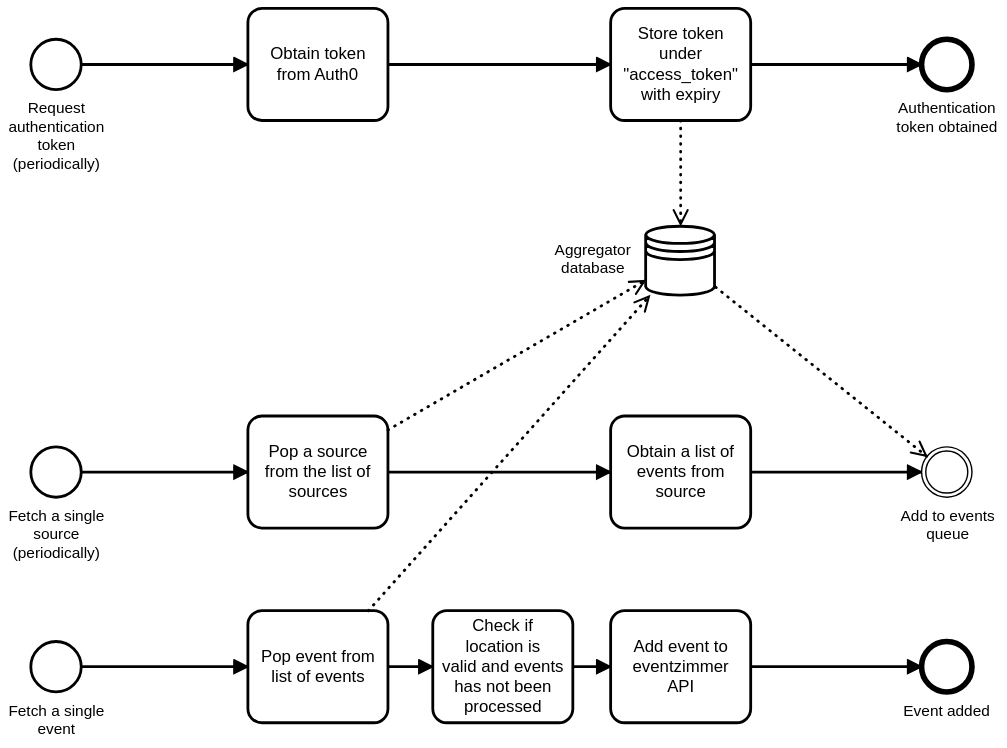
eventzimmer/aggregator keeps this BPMN diagram as docs/aggregator.svg. Above is the earlier version. Its source is kept beside it as docs/aggregator.bpmn. Ids are renumbered.
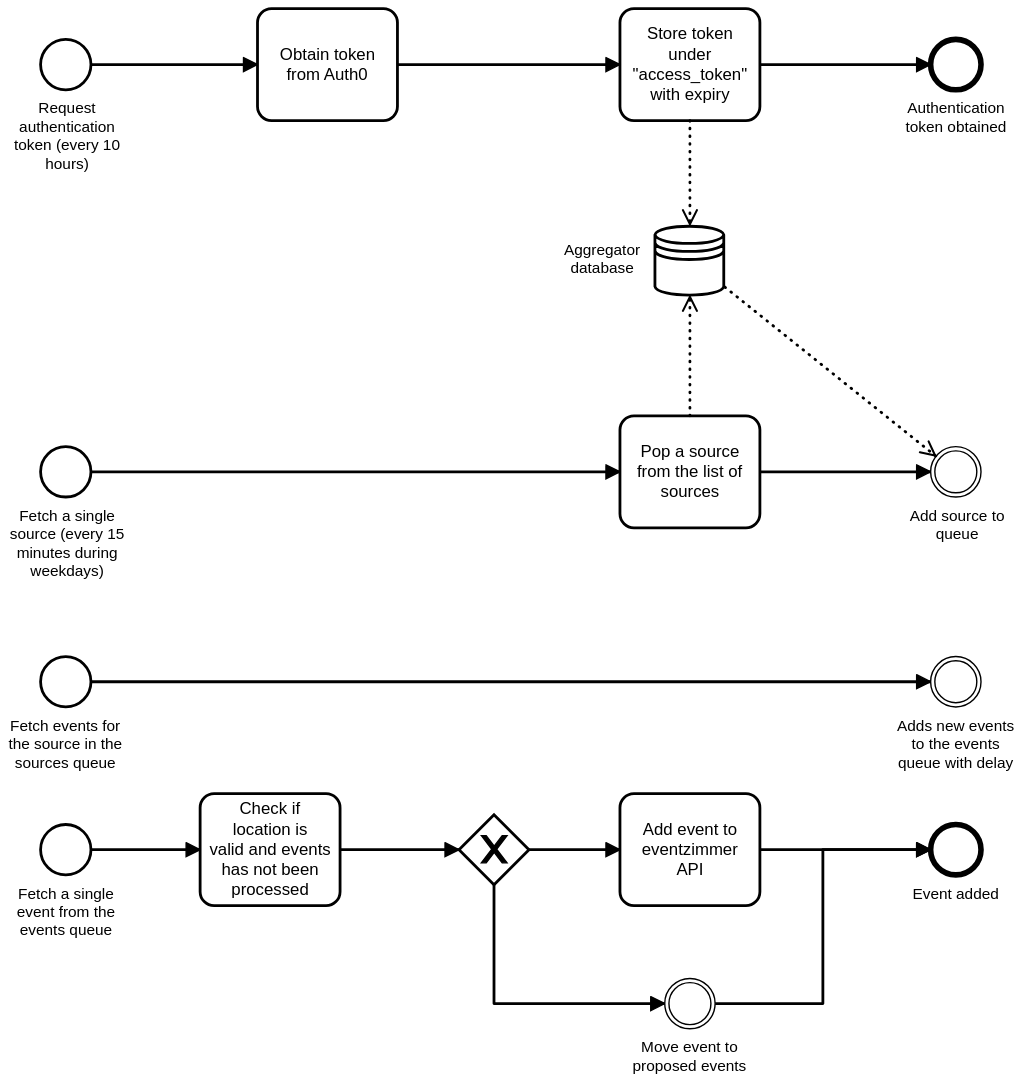
The same file after the commit.

Commit message:
Document proposed events flow (with queues). Closes #18.

The edit, as a diff of the source:
```diff
@@ -1,6 +1,6 @@
-<bpmn:definitions xmlns:xsi="http://www.w3.org/2001/XMLSchema-instance" xmlns:bpmn="http://www.omg.org/spec/BPMN/20100524/MODEL" xmlns:bpmndi="http://www.omg.org/spec/BPMN/20100524/DI" xmlns:dc="http://www.omg.org/spec/DD/20100524/DC" xmlns:di="http://www.omg.org/spec/DD/20100524/DI" id="Definitions_n1" targetNamespace="http://bpmn.io/schema/bpmn" exporter="bpmn-js (https://demo.bpmn.io)" exporterVersion="3.4.0">
+<bpmn:definitions xmlns:xsi="http://www.w3.org/2001/XMLSchema-instance" xmlns:bpmn="http://www.omg.org/spec/BPMN/20100524/MODEL" xmlns:bpmndi="http://www.omg.org/spec/BPMN/20100524/DI" xmlns:dc="http://www.omg.org/spec/DD/20100524/DC" xmlns:di="http://www.omg.org/spec/DD/20100524/DI" id="Definitions_n1" targetNamespace="http://bpmn.io/schema/bpmn" exporter="bpmn-js (https://demo.bpmn.io)" exporterVersion="5.0.4">
   <bpmn:process id="Process_n2" isExecutable="false">
-    <bpmn:startEvent id="StartEvent_n3" name="Request authentication token (periodically)">
+    <bpmn:startEvent id="StartEvent_n3" name="Request authentication token (every 10 hours)">
       <bpmn:outgoing>SequenceFlow_n4</bpmn:outgoing>
     </bpmn:startEvent>
     <bpmn:endEvent id="EndEvent_n5" name="Authentication token obtained">
@@ -21,14 +21,15 @@
     </bpmn:task>
     <bpmn:sequenceFlow id="SequenceFlow_n6" sourceRef="Task_n9" targetRef="EndEvent_n5" />
     <bpmn:dataStoreReference id="DataStoreReference_n11" name="Aggregator database" />
-    <bpmn:startEvent id="StartEvent_n12" name="Fetch a single source (periodically)">
+    <bpmn:startEvent id="StartEvent_n12" name="Fetch a single source (every 15 minutes during weekdays)">
       <bpmn:outgoing>SequenceFlow_n13</bpmn:outgoing>
     </bpmn:startEvent>
     <bpmn:endEvent id="EndEvent_n14" name="Event added">
       <bpmn:incoming>SequenceFlow_n15</bpmn:incoming>
+      <bpmn:incoming>SequenceFlow_n32</bpmn:incoming>
     </bpmn:endEvent>
-    <bpmn:intermediateThrowEvent id="IntermediateThrowEvent_n16" name="Add to events queue">
-      <bpmn:incoming>SequenceFlow_n17</bpmn:incoming>
+    <bpmn:intermediateThrowEvent id="IntermediateThrowEvent_n16" name="Add source to queue">
+      <bpmn:incoming>SequenceFlow_n21</bpmn:incoming>
       <bpmn:property id="Property_n18" name="__targetRef_placeholder" />
       <bpmn:dataInputAssociation id="DataInputAssociation_n19">
         <bpmn:sourceRef>DataStoreReference_n11</bpmn:sourceRef>
@@ -43,41 +44,47 @@
         <bpmn:targetRef>DataStoreReference_n11</bpmn:targetRef>
       </bpmn:dataOutputAssociation>
     </bpmn:task>
-    <bpmn:task id="Task_n23" name="Obtain a list of events from source">
-      <bpmn:incoming>SequenceFlow_n21</bpmn:incoming>
-      <bpmn:outgoing>SequenceFlow_n17</bpmn:outgoing>
-    </bpmn:task>
-    <bpmn:sequenceFlow id="SequenceFlow_n17" sourceRef="Task_n23" targetRef="IntermediateThrowEvent_n16" />
-    <bpmn:sequenceFlow id="SequenceFlow_n21" sourceRef="Task_n20" targetRef="Task_n23" />
+    <bpmn:sequenceFlow id="SequenceFlow_n21" sourceRef="Task_n20" targetRef="IntermediateThrowEvent_n16" />
     <bpmn:task id="Task_n24" name="Check if location is valid and events has not been processed">
-      <bpmn:incoming>SequenceFlow_n25</bpmn:incoming>
+      <bpmn:incoming>SequenceFlow_n33</bpmn:incoming>
       <bpmn:outgoing>SequenceFlow_n26</bpmn:outgoing>
     </bpmn:task>
-    <bpmn:sequenceFlow id="SequenceFlow_n26" sourceRef="Task_n24" targetRef="Task_n27" />
+    <bpmn:sequenceFlow id="SequenceFlow_n26" sourceRef="Task_n24" targetRef="ExclusiveGateway_n34" />
     <bpmn:task id="Task_n27" name="Add event to eventzimmer API">
-      <bpmn:incoming>SequenceFlow_n26</bpmn:incoming>
+      <bpmn:incoming>SequenceFlow_n35</bpmn:incoming>
       <bpmn:outgoing>SequenceFlow_n15</bpmn:outgoing>
     </bpmn:task>
     <bpmn:sequenceFlow id="SequenceFlow_n15" sourceRef="Task_n27" targetRef="EndEvent_n14" />
-    <bpmn:startEvent id="StartEvent_n28" name="Fetch a single event">
-      <bpmn:outgoing>SequenceFlow_n29</bpmn:outgoing>
+    <bpmn:startEvent id="StartEvent_n28" name="Fetch a single event from the events queue">
+      <bpmn:outgoing>SequenceFlow_n33</bpmn:outgoing>
     </bpmn:startEvent>
-    <bpmn:sequenceFlow id="SequenceFlow_n29" sourceRef="StartEvent_n28" targetRef="Task_n30" />
-    <bpmn:task id="Task_n30" name="Pop event from list of events">
-      <bpmn:incoming>SequenceFlow_n29</bpmn:incoming>
-      <bpmn:outgoing>SequenceFlow_n25</bpmn:outgoing>
-      <bpmn:dataOutputAssociation id="DataOutputAssociation_n31">
-        <bpmn:targetRef>DataStoreReference_n11</bpmn:targetRef>
-      </bpmn:dataOutputAssociation>
-    </bpmn:task>
-    <bpmn:sequenceFlow id="SequenceFlow_n25" sourceRef="Task_n30" targetRef="Task_n24" />
+    <bpmn:startEvent id="StartEvent_n36" name="Fetch events for the source in the sources queue">
+      <bpmn:outgoing>SequenceFlow_n37</bpmn:outgoing>
+    </bpmn:startEvent>
+    <bpmn:intermediateThrowEvent id="IntermediateThrowEvent_n38" name="Adds new events to the events queue with delay">
+      <bpmn:incoming>SequenceFlow_n37</bpmn:incoming>
+    </bpmn:intermediateThrowEvent>
+    <bpmn:sequenceFlow id="SequenceFlow_n37" sourceRef="StartEvent_n36" targetRef="IntermediateThrowEvent_n38" />
+    <bpmn:sequenceFlow id="SequenceFlow_n33" sourceRef="StartEvent_n28" targetRef="Task_n24" />
+    <bpmn:exclusiveGateway id="ExclusiveGateway_n34">
+      <bpmn:incoming>SequenceFlow_n26</bpmn:incoming>
+      <bpmn:outgoing>SequenceFlow_n35</bpmn:outgoing>
+      <bpmn:outgoing>SequenceFlow_n39</bpmn:outgoing>
+    </bpmn:exclusiveGateway>
+    <bpmn:sequenceFlow id="SequenceFlow_n35" sourceRef="ExclusiveGateway_n34" targetRef="Task_n27" />
+    <bpmn:intermediateThrowEvent id="IntermediateThrowEvent_n40" name="Move event to proposed events">
+      <bpmn:incoming>SequenceFlow_n39</bpmn:incoming>
+      <bpmn:outgoing>SequenceFlow_n32</bpmn:outgoing>
+    </bpmn:intermediateThrowEvent>
+    <bpmn:sequenceFlow id="SequenceFlow_n39" sourceRef="ExclusiveGateway_n34" targetRef="IntermediateThrowEvent_n40" />
+    <bpmn:sequenceFlow id="SequenceFlow_n32" sourceRef="IntermediateThrowEvent_n40" targetRef="EndEvent_n14" />
   </bpmn:process>
   <bpmndi:BPMNDiagram id="BPMNDiagram_1">
     <bpmndi:BPMNPlane id="BPMNPlane_1" bpmnElement="Process_n2">
       <bpmndi:BPMNShape id="_BPMNShape_StartEvent_2" bpmnElement="StartEvent_n3">
         <dc:Bounds x="156" y="81" width="36" height="36" />
         <bpmndi:BPMNLabel>
-          <dc:Bounds x="140" y="124" width="69" height="53" />
+          <dc:Bounds x="137" y="124" width="76" height="53" />
         </bpmndi:BPMNLabel>
       </bpmndi:BPMNShape>
       <bpmndi:BPMNShape id="EndEvent_n5_di" bpmnElement="EndEvent_n5">
@@ -117,13 +124,13 @@
       <bpmndi:BPMNShape id="StartEvent_n12_di" bpmnElement="StartEvent_n12">
         <dc:Bounds x="156" y="372" width="36" height="36" />
         <bpmndi:BPMNLabel>
-          <dc:Bounds x="140" y="415" width="69" height="40" />
+          <dc:Bounds x="134" y="415" width="82" height="53" />
         </bpmndi:BPMNLabel>
       </bpmndi:BPMNShape>
       <bpmndi:BPMNShape id="EndEvent_n14_di" bpmnElement="EndEvent_n14">
-        <dc:Bounds x="792" y="511" width="36" height="36" />
+        <dc:Bounds x="792" y="642" width="36" height="36" />
         <bpmndi:BPMNLabel>
-          <dc:Bounds x="779" y="554" width="62" height="14" />
+          <dc:Bounds x="779" y="685" width="62" height="14" />
         </bpmndi:BPMNLabel>
       </bpmndi:BPMNShape>
       <bpmndi:BPMNShape id="IntermediateThrowEvent_n16_di" bpmnElement="IntermediateThrowEvent_n16">
@@ -134,64 +141,86 @@
       </bpmndi:BPMNShape>
       <bpmndi:BPMNEdge id="SequenceFlow_n13_di" bpmnElement="SequenceFlow_n13">
         <di:waypoint x="192" y="390" />
-        <di:waypoint x="311" y="390" />
+        <di:waypoint x="570" y="390" />
       </bpmndi:BPMNEdge>
       <bpmndi:BPMNShape id="Task_n20_di" bpmnElement="Task_n20">
-        <dc:Bounds x="311" y="350" width="100" height="80" />
-      </bpmndi:BPMNShape>
-      <bpmndi:BPMNShape id="Task_n23_di" bpmnElement="Task_n23">
         <dc:Bounds x="570" y="350" width="100" height="80" />
       </bpmndi:BPMNShape>
-      <bpmndi:BPMNEdge id="SequenceFlow_n17_di" bpmnElement="SequenceFlow_n17">
+      <bpmndi:BPMNEdge id="SequenceFlow_n21_di" bpmnElement="SequenceFlow_n21">
         <di:waypoint x="670" y="390" />
         <di:waypoint x="792" y="390" />
       </bpmndi:BPMNEdge>
-      <bpmndi:BPMNEdge id="SequenceFlow_n21_di" bpmnElement="SequenceFlow_n21">
-        <di:waypoint x="411" y="390" />
-        <di:waypoint x="570" y="390" />
-      </bpmndi:BPMNEdge>
       <bpmndi:BPMNEdge id="DataOutputAssociation_n22_di" bpmnElement="DataOutputAssociation_n22">
-        <di:waypoint x="411" y="360" />
-        <di:waypoint x="595" y="253" />
+        <di:waypoint x="620" y="350" />
+        <di:waypoint x="620" y="264" />
       </bpmndi:BPMNEdge>
       <bpmndi:BPMNEdge id="DataInputAssociation_n19_di" bpmnElement="DataInputAssociation_n19">
         <di:waypoint x="645" y="258" />
         <di:waypoint x="796" y="379" />
       </bpmndi:BPMNEdge>
       <bpmndi:BPMNShape id="Task_n24_di" bpmnElement="Task_n24">
-        <dc:Bounds x="443" y="489" width="100" height="80" />
+        <dc:Bounds x="270" y="620" width="100" height="80" />
       </bpmndi:BPMNShape>
       <bpmndi:BPMNEdge id="SequenceFlow_n26_di" bpmnElement="SequenceFlow_n26">
-        <di:waypoint x="543" y="529" />
-        <di:waypoint x="570" y="529" />
+        <di:waypoint x="370" y="660" />
+        <di:waypoint x="455" y="660" />
       </bpmndi:BPMNEdge>
       <bpmndi:BPMNShape id="Task_n27_di" bpmnElement="Task_n27">
-        <dc:Bounds x="570" y="489" width="100" height="80" />
+        <dc:Bounds x="570" y="620" width="100" height="80" />
       </bpmndi:BPMNShape>
       <bpmndi:BPMNEdge id="SequenceFlow_n15_di" bpmnElement="SequenceFlow_n15">
-        <di:waypoint x="670" y="529" />
-        <di:waypoint x="792" y="529" />
+        <di:waypoint x="670" y="660" />
+        <di:waypoint x="792" y="660" />
       </bpmndi:BPMNEdge>
       <bpmndi:BPMNShape id="StartEvent_n28_di" bpmnElement="StartEvent_n28">
-        <dc:Bounds x="156" y="511" width="36" height="36" />
+        <dc:Bounds x="156" y="642" width="36" height="36" />
         <bpmndi:BPMNLabel>
-          <dc:Bounds x="140" y="554" width="69" height="27" />
+          <dc:Bounds x="139" y="685" width="71" height="40" />
         </bpmndi:BPMNLabel>
       </bpmndi:BPMNShape>
-      <bpmndi:BPMNEdge id="SequenceFlow_n29_di" bpmnElement="SequenceFlow_n29">
-        <di:waypoint x="192" y="529" />
-        <di:waypoint x="311" y="529" />
+      <bpmndi:BPMNShape id="StartEvent_n36_di" bpmnElement="StartEvent_n36">
+        <dc:Bounds x="156" y="522" width="36" height="36" />
+        <bpmndi:BPMNLabel>
+          <dc:Bounds x="133" y="565" width="82" height="40" />
+        </bpmndi:BPMNLabel>
+      </bpmndi:BPMNShape>
+      <bpmndi:BPMNShape id="IntermediateThrowEvent_n38_di" bpmnElement="IntermediateThrowEvent_n38">
+        <dc:Bounds x="792" y="522" width="36" height="36" />
+        <bpmndi:BPMNLabel>
+          <dc:Bounds x="768" y="565" width="84" height="40" />
+        </bpmndi:BPMNLabel>
+      </bpmndi:BPMNShape>
+      <bpmndi:BPMNEdge id="SequenceFlow_n37_di" bpmnElement="SequenceFlow_n37">
+        <di:waypoint x="192" y="540" />
+        <di:waypoint x="792" y="540" />
       </bpmndi:BPMNEdge>
-      <bpmndi:BPMNShape id="Task_n30_di" bpmnElement="Task_n30">
-        <dc:Bounds x="311" y="489" width="100" height="80" />
+      <bpmndi:BPMNEdge id="SequenceFlow_n33_di" bpmnElement="SequenceFlow_n33">
+        <di:waypoint x="192" y="660" />
+        <di:waypoint x="270" y="660" />
+      </bpmndi:BPMNEdge>
+      <bpmndi:BPMNShape id="ExclusiveGateway_n34_di" bpmnElement="ExclusiveGateway_n34" isMarkerVisible="true">
+        <dc:Bounds x="455" y="635" width="50" height="50" />
       </bpmndi:BPMNShape>
-      <bpmndi:BPMNEdge id="SequenceFlow_n25_di" bpmnElement="SequenceFlow_n25">
-        <di:waypoint x="411" y="529" />
-        <di:waypoint x="443" y="529" />
+      <bpmndi:BPMNEdge id="SequenceFlow_n35_di" bpmnElement="SequenceFlow_n35">
+        <di:waypoint x="505" y="660" />
+        <di:waypoint x="570" y="660" />
       </bpmndi:BPMNEdge>
-      <bpmndi:BPMNEdge id="DataOutputAssociation_n31_di" bpmnElement="DataOutputAssociation_n31">
-        <di:waypoint x="397" y="489" />
-        <di:waypoint x="598" y="264" />
+      <bpmndi:BPMNShape id="IntermediateThrowEvent_n40_di" bpmnElement="IntermediateThrowEvent_n40">
+        <dc:Bounds x="602" y="752" width="36" height="36" />
+        <bpmndi:BPMNLabel>
+          <dc:Bounds x="579" y="795" width="82" height="27" />
+        </bpmndi:BPMNLabel>
+      </bpmndi:BPMNShape>
+      <bpmndi:BPMNEdge id="SequenceFlow_n39_di" bpmnElement="SequenceFlow_n39">
+        <di:waypoint x="480" y="685" />
+        <di:waypoint x="480" y="770" />
+        <di:waypoint x="602" y="770" />
+      </bpmndi:BPMNEdge>
+      <bpmndi:BPMNEdge id="SequenceFlow_n32_di" bpmnElement="SequenceFlow_n32">
+        <di:waypoint x="638" y="770" />
+        <di:waypoint x="715" y="770" />
+        <di:waypoint x="715" y="660" />
+        <di:waypoint x="792" y="660" />
       </bpmndi:BPMNEdge>
     </bpmndi:BPMNPlane>
   </bpmndi:BPMNDiagram>
```
